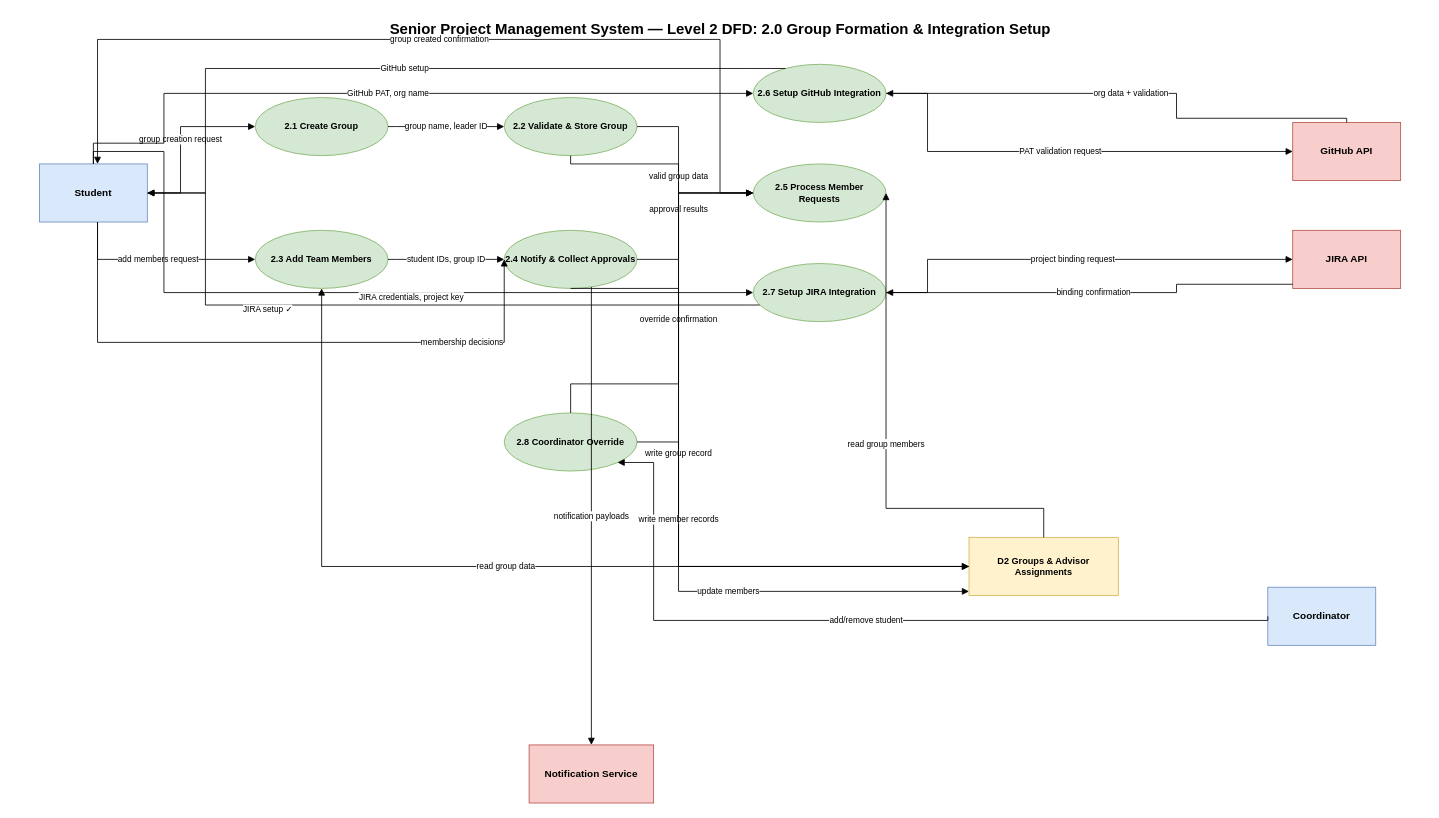
SE3318-Spring-2025-2026/senior-app-3 keeps this draw.io diagram as docs/dfdlevel2_2.drawio. Above is the earlier version. Source tidied: cells renumbered, new cells numbered last; positions are measured from the earlier drawing's top-left corner, leaving out a move shared by most shapes. Both pictures are drawn from the tidied source at 83%, with x=0, y=0 at pixel (14, 14).
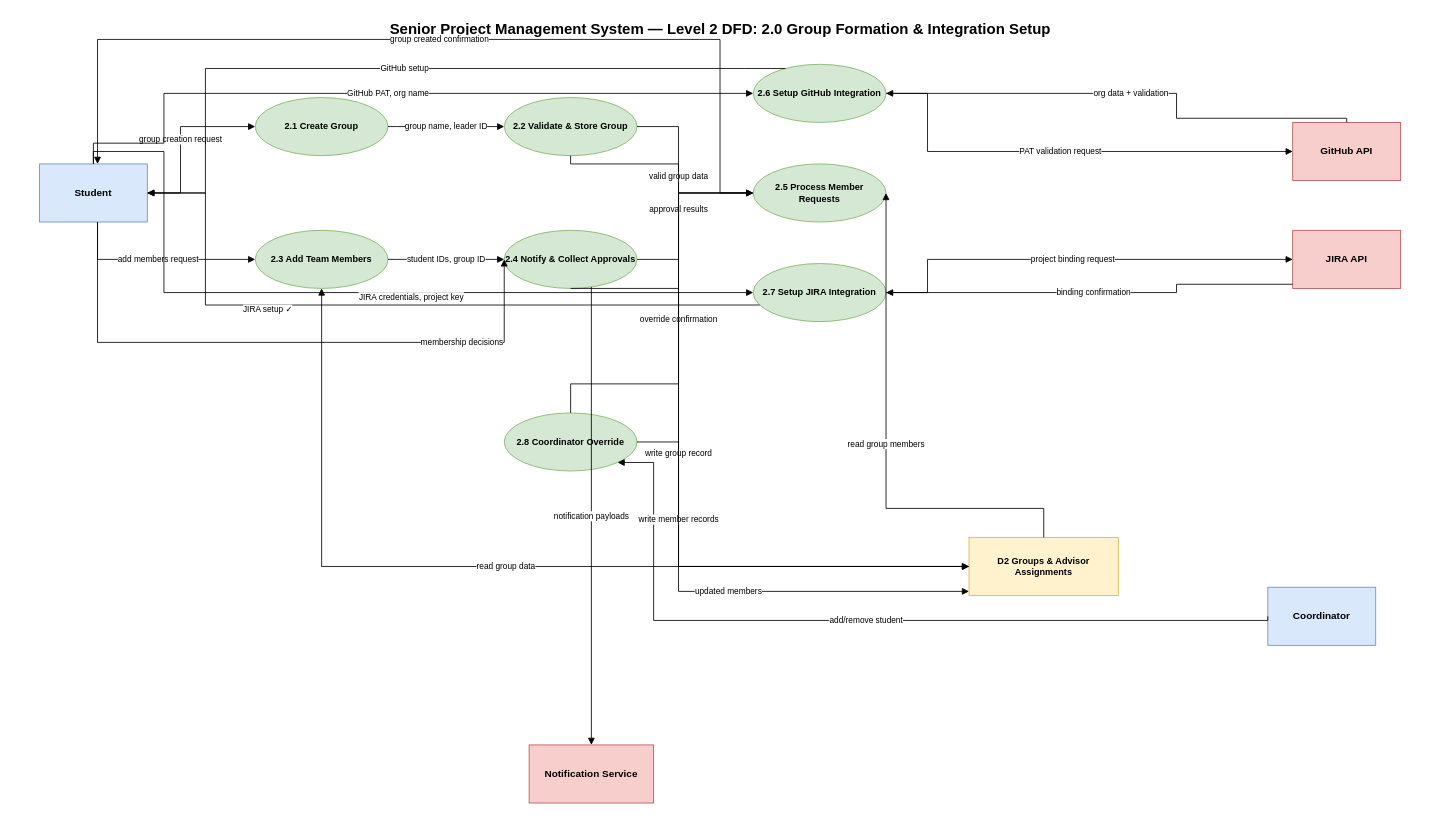
Above is the later version.

Commit message (it also covers changes not shown here):
minor changes in dfdlevel2_2 & /docs added version 2.3 and 2.4 for DFD and API specs

Unchanged cells that the change refers to:
```xml
<mxCell id="8" value="D2  Groups &amp; Advisor Assignments" style="shape=partialRectangle;whiteSpace=wrap;html=1;fillColor=#fff2cc;strokeColor=#d6b656;fontStyle=1;fontSize=11;" parent="1" vertex="1">
  <mxGeometry x="1150" y="630" width="180" height="70" as="geometry" />
</mxCell>
<mxCell id="16" value="2.8 Coordinator Override" style="ellipse;whiteSpace=wrap;html=1;fillColor=#d5e8d4;strokeColor=#82b366;fontStyle=1;fontSize=11;" parent="1" vertex="1">
  <mxGeometry x="590" y="480" width="160" height="70" as="geometry" />
</mxCell>
```

What changed in the source:
```diff
@@
-    <mxCell id="39" value="update members" style="edgeStyle=orthogonalEdgeStyle;rounded=0;html=1;endArrow=block;endFill=1;fontSize=10;" parent="1" edge="1" source="16" target="8">
+    <mxCell id="39" value="updated members" style="edgeStyle=orthogonalEdgeStyle;rounded=0;html=1;endArrow=block;endFill=1;fontSize=10;" parent="1" edge="1" source="16" target="8">
       <mxGeometry relative="1" as="geometry">
         <Array as="points">
           <mxPoint x="800" y="515" />
           <mxPoint x="1050" y="695" />
         </Array>
       </mxGeometry>
     </mxCell>
```
